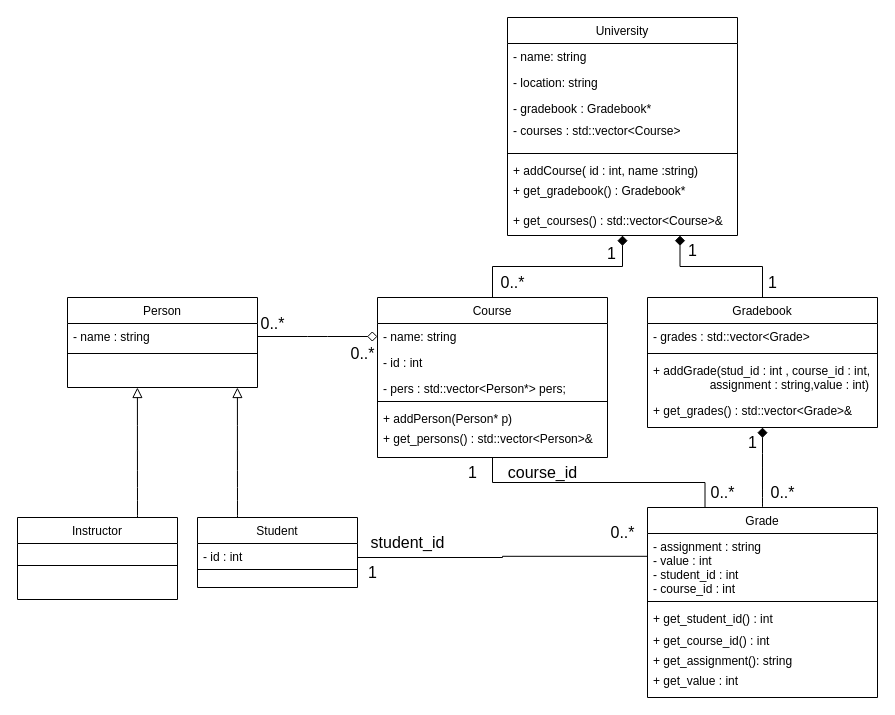
Earlier version of the draw.io diagram Workshop8/new_diagram.drawio (nil123532/OOP-Changes). Source tidied: cells renumbered, new cells numbered last; positions are measured from the earlier drawing's top-left corner, leaving out a move shared by most shapes. Both pictures are drawn from the tidied source at 100%, with x=0, y=0 at pixel (17, 17).
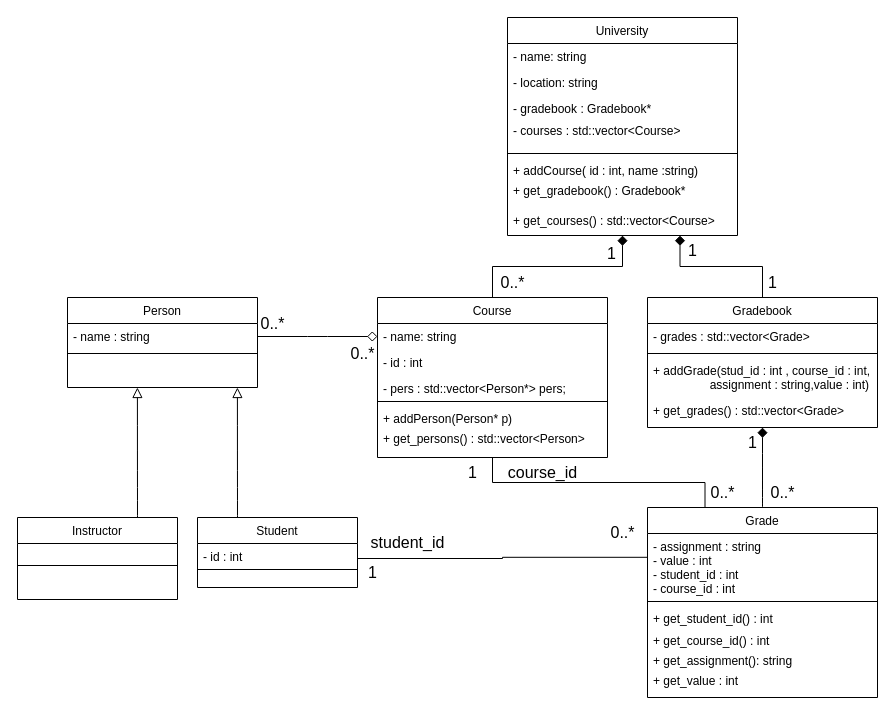
Above is the later version.

The change refers to these unchanged cells:
```xml
<mxCell id="4" value="University" style="swimlane;fontStyle=0;align=center;verticalAlign=top;horizontal=1;startSize=26;rounded=0;shadow=0;strokeWidth=1;" parent="1" vertex="1">
  <mxGeometry x="490" width="230" height="218" as="geometry" />
</mxCell>
<mxCell id="24" value="Course" style="swimlane;fontStyle=0;align=center;verticalAlign=top;horizontal=1;startSize=26;rounded=0;shadow=0;strokeWidth=1;" parent="1" vertex="1">
  <mxGeometry x="360" y="280" width="230" height="160" as="geometry" />
</mxCell>
<mxCell id="31" value="Gradebook" style="swimlane;fontStyle=0;align=center;verticalAlign=top;horizontal=1;startSize=26;rounded=0;shadow=0;strokeWidth=1;" parent="1" vertex="1">
  <mxGeometry x="630" y="280" width="230" height="130" as="geometry" />
</mxCell>
```

The edit, as a diff of the source:
```diff
@@
-    <mxCell id="12" value="+ get_courses() : std::vector&lt;Course&gt;&amp;" style="text;align=left;verticalAlign=top;spacingLeft=4;spacingRight=4;overflow=hidden;" parent="4" vertex="1">
+    <mxCell id="12" value="+ get_courses() : std::vector&lt;Course&gt;" style="text;align=left;verticalAlign=top;spacingLeft=4;spacingRight=4;overflow=hidden;" parent="4" vertex="1">
       <mxGeometry y="190" width="230" height="20" as="geometry" />
     </mxCell>
@@
-    <mxCell id="30" value="+ get_persons() : std::vector&lt;Person&gt;&amp;" style="text;align=left;verticalAlign=top;spacingLeft=4;spacingRight=4;overflow=hidden;" parent="24" vertex="1">
+    <mxCell id="30" value="+ get_persons() : std::vector&lt;Person&gt;" style="text;align=left;verticalAlign=top;spacingLeft=4;spacingRight=4;overflow=hidden;" parent="24" vertex="1">
       <mxGeometry y="128" width="230" height="30" as="geometry" />
     </mxCell>
@@
-    <mxCell id="35" value="+ get_grades() : std::vector&lt;Grade&gt;&amp;" style="text;align=left;verticalAlign=top;spacingLeft=4;spacingRight=4;overflow=hidden;points=[[0,0.5],[1,0.5]];portConstraint=eastwest;" parent="31" vertex="1">
+    <mxCell id="35" value="+ get_grades() : std::vector&lt;Grade&gt;" style="text;align=left;verticalAlign=top;spacingLeft=4;spacingRight=4;overflow=hidden;points=[[0,0.5],[1,0.5]];portConstraint=eastwest;" parent="31" vertex="1">
       <mxGeometry y="100" width="230" height="30" as="geometry" />
     </mxCell>
@@
     <mxCell id="47" style="edgeStyle=orthogonalEdgeStyle;rounded=0;orthogonalLoop=1;jettySize=auto;html=1;exitX=1;exitY=0.5;exitDx=0;exitDy=0;entryX=-0.001;entryY=0.685;entryDx=0;entryDy=0;entryPerimeter=0;fontSize=12;startSize=8;endSize=8;endArrow=none;startFill=0;" parent="1" edge="1">
       <mxGeometry relative="1" as="geometry">
-        <mxPoint x="340" y="536" as="sourcePoint" />
-        <mxPoint x="629.8" y="538.8" as="targetPoint" />
+        <mxPoint x="340" y="537" as="sourcePoint" />
+        <mxPoint x="629.8" y="539.8" as="targetPoint" />
         <Array as="points">
-          <mxPoint x="340" y="540" />
+          <mxPoint x="340" y="541" />
+          <mxPoint x="485" y="541" />
           <mxPoint x="485" y="540" />
         </Array>
       </mxGeometry>
     </mxCell>
```
